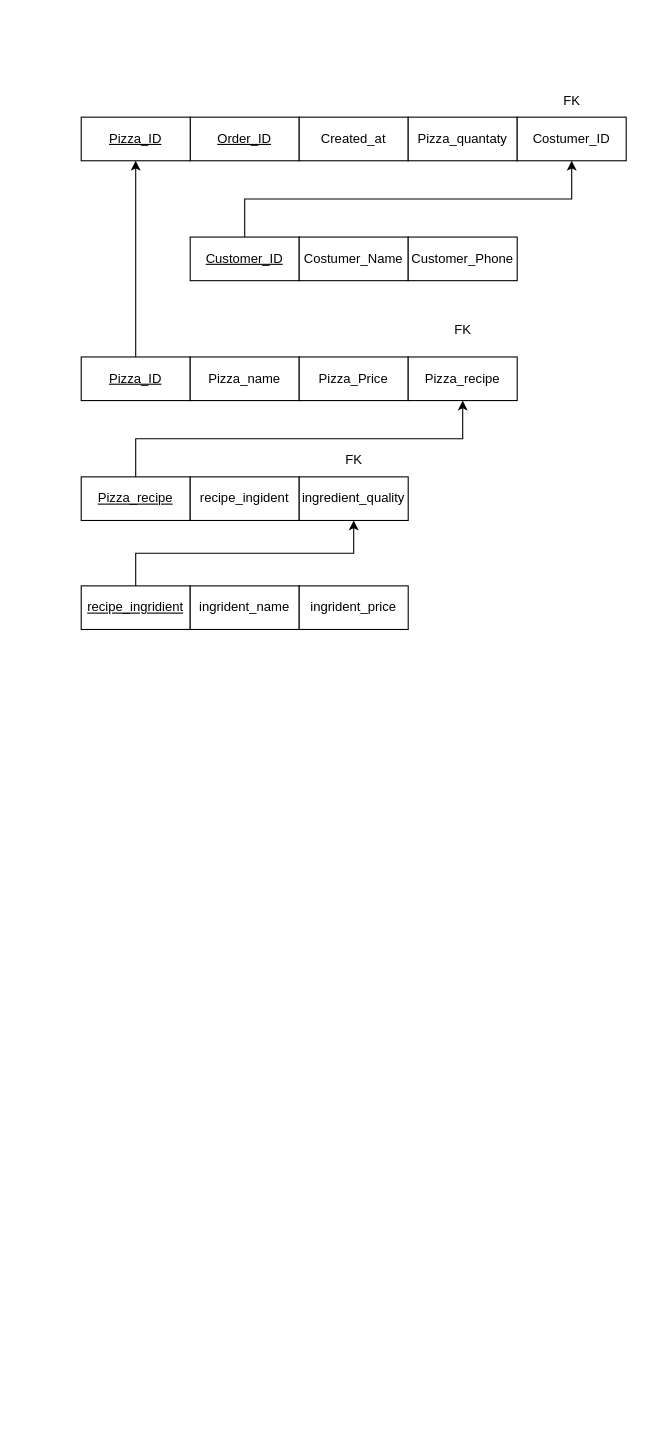
Earlier version of the draw.io diagram normalize_Pizza_database.drawio (VinX-To-play/1DV503-Databases). Source tidied: cells renumbered, new cells numbered last; positions are measured from the earlier drawing's top-left corner, leaving out a move shared by most shapes. Both pictures are drawn from the tidied source at 109%, with x=0, y=0 at pixel (81, 84).
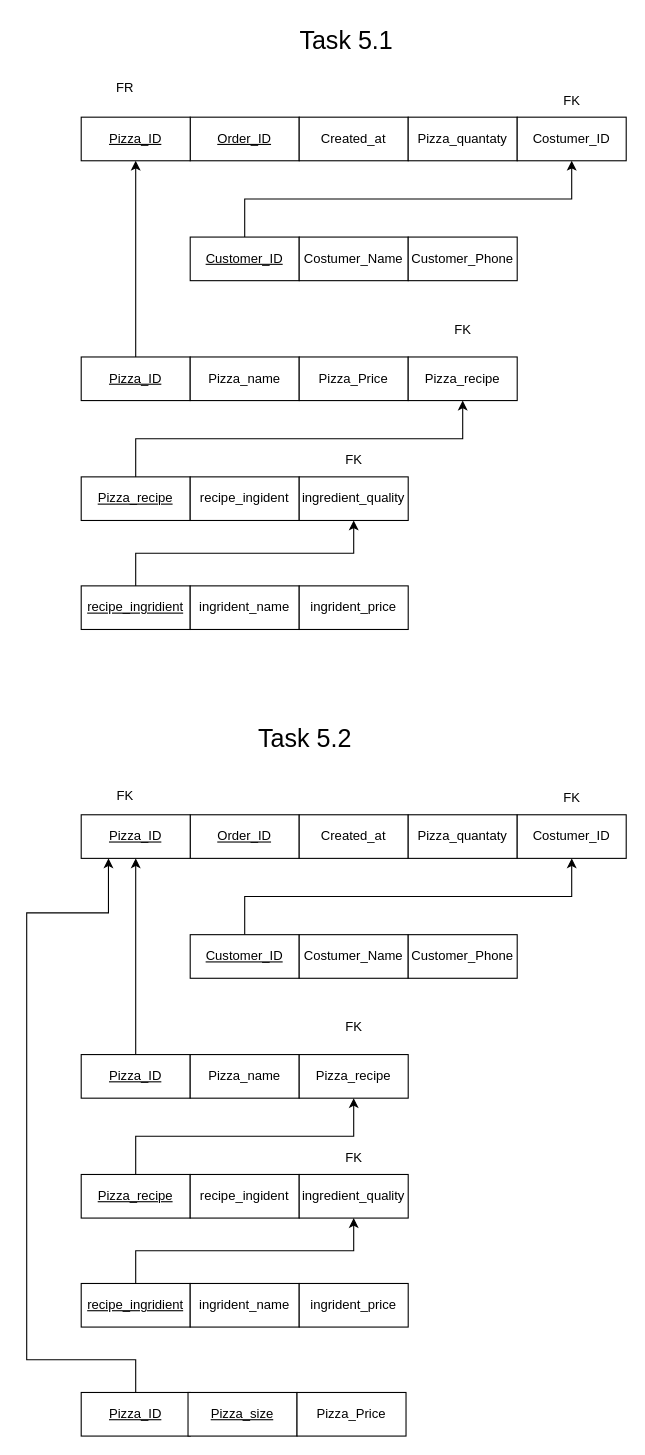
After the change.

Diff of the diagram source:
```diff
@@
+    <mxCell id="27" style="edgeStyle=orthogonalEdgeStyle;rounded=0;jettySize=auto;html=1;exitX=0.5;exitY=0;exitDx=0;exitDy=0;entryX=0.5;entryY=1;entryDx=0;entryDy=0;" parent="1" edge="1" source="28" target="46">
+      <mxGeometry relative="1" as="geometry" />
+    </mxCell>
+    <mxCell id="28" value="&lt;u&gt;Customer_ID&lt;/u&gt;" style="rounded=0;whiteSpace=wrap;html=1;" parent="1" vertex="1">
+      <mxGeometry x="100" y="780" width="100" height="40" as="geometry" />
+    </mxCell>
+    <mxCell id="29" value="Costumer_Name" style="whiteSpace=wrap;html=1;align=center;" parent="1" vertex="1">
+      <mxGeometry x="200" y="780" width="100" height="40" as="geometry" />
+    </mxCell>
+    <mxCell id="30" value="Customer_Phone" style="whiteSpace=wrap;html=1;align=center;" parent="1" vertex="1">
+      <mxGeometry x="300" y="780" width="100" height="40" as="geometry" />
+    </mxCell>
+    <mxCell id="31" style="edgeStyle=orthogonalEdgeStyle;rounded=0;jettySize=auto;html=1;exitX=0.5;exitY=0;exitDx=0;exitDy=0;entryX=0.5;entryY=1;entryDx=0;entryDy=0;" parent="1" edge="1" source="32" target="47">
+      <mxGeometry relative="1" as="geometry">
+        <Array as="points">
+          <mxPoint x="50" y="800" />
+          <mxPoint x="50" y="800" />
+        </Array>
+      </mxGeometry>
+    </mxCell>
+    <mxCell id="32" value="&lt;div&gt;&lt;u&gt;Pizza_ID&lt;/u&gt;&lt;/div&gt;" style="whiteSpace=wrap;html=1;align=center;" parent="1" vertex="1">
+      <mxGeometry y="890" width="100" height="40" as="geometry" />
+    </mxCell>
+    <mxCell id="33" value="Pizza_name" style="whiteSpace=wrap;html=1;align=center;" parent="1" vertex="1">
+      <mxGeometry x="100" y="890" width="100" height="40" as="geometry" />
+    </mxCell>
+    <mxCell id="34" value="Pizza_recipe" style="whiteSpace=wrap;html=1;align=center;" parent="1" vertex="1">
+      <mxGeometry x="200" y="890" width="100" height="40" as="geometry" />
+    </mxCell>
+    <mxCell id="35" style="edgeStyle=orthogonalEdgeStyle;rounded=0;jettySize=auto;html=1;exitX=0.5;exitY=0;exitDx=0;exitDy=0;entryX=0.5;entryY=1;entryDx=0;entryDy=0;" parent="1" edge="1" source="36" target="34">
+      <mxGeometry relative="1" as="geometry" />
+    </mxCell>
+    <mxCell id="36" value="&lt;u&gt;Pizza_recipe&lt;/u&gt;" style="whiteSpace=wrap;html=1;align=center;" parent="1" vertex="1">
+      <mxGeometry y="1000" width="100" height="40" as="geometry" />
+    </mxCell>
+    <mxCell id="37" value="recipe_ingident" style="whiteSpace=wrap;html=1;align=center;" parent="1" vertex="1">
+      <mxGeometry x="100" y="1000" width="100" height="40" as="geometry" />
+    </mxCell>
+    <mxCell id="38" value="ingredient_quality" style="whiteSpace=wrap;html=1;align=center;" parent="1" vertex="1">
+      <mxGeometry x="200" y="1000" width="100" height="40" as="geometry" />
+    </mxCell>
+    <mxCell id="39" style="edgeStyle=orthogonalEdgeStyle;rounded=0;jettySize=auto;html=1;exitX=0.5;exitY=0;exitDx=0;exitDy=0;entryX=0.5;entryY=1;entryDx=0;entryDy=0;" parent="1" edge="1" source="40" target="38">
+      <mxGeometry relative="1" as="geometry" />
+    </mxCell>
+    <mxCell id="40" value="&lt;u&gt;recipe_ingridient&lt;/u&gt;" style="whiteSpace=wrap;html=1;align=center;" parent="1" vertex="1">
+      <mxGeometry y="1100" width="100" height="40" as="geometry" />
+    </mxCell>
+    <mxCell id="41" value="&lt;div&gt;ingrident_name&lt;/div&gt;" style="whiteSpace=wrap;html=1;align=center;" parent="1" vertex="1">
+      <mxGeometry x="100" y="1100" width="100" height="40" as="geometry" />
+    </mxCell>
+    <mxCell id="42" value="&lt;div&gt;ingrident_price&lt;/div&gt;" style="whiteSpace=wrap;html=1;align=center;" parent="1" vertex="1">
+      <mxGeometry x="200" y="1100" width="100" height="40" as="geometry" />
+    </mxCell>
+    <mxCell id="43" value="&lt;u&gt;Order_ID&lt;/u&gt;" style="whiteSpace=wrap;html=1;align=center;" parent="1" vertex="1">
+      <mxGeometry x="100" y="670" width="100" height="40" as="geometry" />
+    </mxCell>
+    <mxCell id="44" value="Created_at" style="whiteSpace=wrap;html=1;align=center;" parent="1" vertex="1">
+      <mxGeometry x="200" y="670" width="100" height="40" as="geometry" />
+    </mxCell>
+    <mxCell id="45" value="Pizza_quantaty" style="whiteSpace=wrap;html=1;align=center;" parent="1" vertex="1">
+      <mxGeometry x="300" y="670" width="100" height="40" as="geometry" />
+    </mxCell>
+    <mxCell id="46" value="Costumer_ID" style="whiteSpace=wrap;html=1;align=center;" parent="1" vertex="1">
+      <mxGeometry x="400" y="670" width="100" height="40" as="geometry" />
+    </mxCell>
+    <mxCell id="47" value="&lt;u&gt;Pizza_ID&lt;/u&gt;" style="whiteSpace=wrap;html=1;align=center;" parent="1" vertex="1">
+      <mxGeometry y="670" width="100" height="40" as="geometry" />
+    </mxCell>
+    <mxCell id="48" value="FK" style="text;html=1;align=center;verticalAlign=middle;strokeColor=none;fillColor=none;" parent="1" vertex="1">
+      <mxGeometry x="430" y="640" width="40" height="30" as="geometry" />
+    </mxCell>
+    <mxCell id="49" value="FK" style="text;html=1;align=center;verticalAlign=middle;strokeColor=none;fillColor=none;" parent="1" vertex="1">
+      <mxGeometry x="230" y="850" width="40" height="30" as="geometry" />
+    </mxCell>
+    <mxCell id="50" value="FK" style="text;html=1;align=center;verticalAlign=middle;strokeColor=none;fillColor=none;" parent="1" vertex="1">
+      <mxGeometry x="230" y="970" width="40" height="30" as="geometry" />
+    </mxCell>
+    <mxCell id="51" style="edgeStyle=orthogonalEdgeStyle;rounded=0;jettySize=auto;html=1;exitX=0.5;exitY=0;exitDx=0;exitDy=0;entryX=0.25;entryY=1;entryDx=0;entryDy=0;" parent="1" edge="1" source="52" target="47">
+      <mxGeometry relative="1" as="geometry">
+        <Array as="points">
+          <mxPoint x="50" y="1170" />
+          <mxPoint x="-50" y="1170" />
+          <mxPoint x="-50" y="760" />
+          <mxPoint x="25" y="760" />
+        </Array>
+      </mxGeometry>
+    </mxCell>
+    <mxCell id="52" value="&lt;u&gt;Pizza_ID&lt;/u&gt;" style="whiteSpace=wrap;html=1;align=center;" parent="1" vertex="1">
+      <mxGeometry y="1200" width="100" height="40" as="geometry" />
+    </mxCell>
+    <mxCell id="53" value="&lt;div&gt;&lt;u&gt;Pizza_size&lt;/u&gt;&lt;/div&gt;" style="whiteSpace=wrap;html=1;align=center;" parent="1" vertex="1">
+      <mxGeometry x="98" y="1200" width="100" height="40" as="geometry" />
+    </mxCell>
+    <mxCell id="54" value="Pizza_Price" style="whiteSpace=wrap;html=1;align=center;" parent="1" vertex="1">
+      <mxGeometry x="198" y="1200" width="100" height="40" as="geometry" />
+    </mxCell>
+    <mxCell id="55" value="FK" style="text;html=1;align=center;verticalAlign=middle;strokeColor=none;fillColor=none;" parent="1" vertex="1">
+      <mxGeometry x="20" y="638" width="40" height="30" as="geometry" />
+    </mxCell>
+    <mxCell id="56" value="FR" style="text;html=1;align=center;verticalAlign=middle;strokeColor=none;fillColor=none;" parent="1" vertex="1">
+      <mxGeometry x="20" y="-12" width="40" height="30" as="geometry" />
+    </mxCell>
+    <mxCell id="57" value="&lt;font style=&quot;font-size: 23px;&quot;&gt;Task 5.1&lt;/font&gt;" style="text;html=1;align=center;verticalAlign=middle;strokeColor=none;fillColor=none;" parent="1" vertex="1">
+      <mxGeometry x="188" y="-60" width="110" height="40" as="geometry" />
+    </mxCell>
+    <mxCell id="58" value="&lt;font style=&quot;font-size: 23px;&quot;&gt;Task 5.2&lt;/font&gt;" style="text;html=1;align=center;verticalAlign=middle;strokeColor=none;fillColor=none;" parent="1" vertex="1">
+      <mxGeometry x="150" y="580" width="110" height="40" as="geometry" />
+    </mxCell>
```
